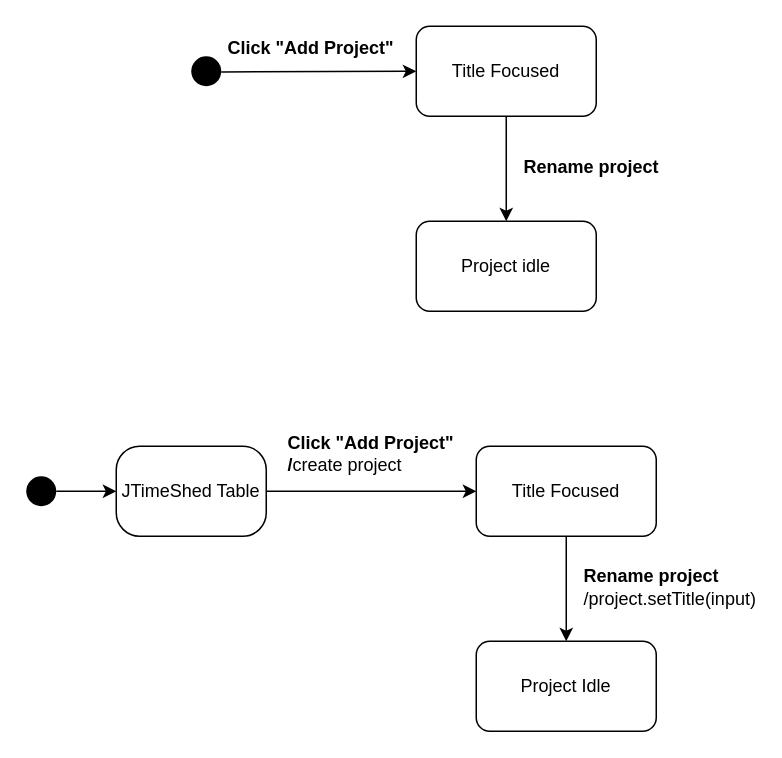
The draw.io diagram docs/04_assignment/schema/01_create_project/01_state_machine.drawio in Jumaruba/jtimesched, before the edit. Source tidied: cells renumbered, new cells numbered last; positions are measured from the earlier drawing's top-left corner, leaving out a move shared by most shapes. Both pictures are drawn from the tidied source at 150%, with x=0, y=0 at pixel (26, 26).
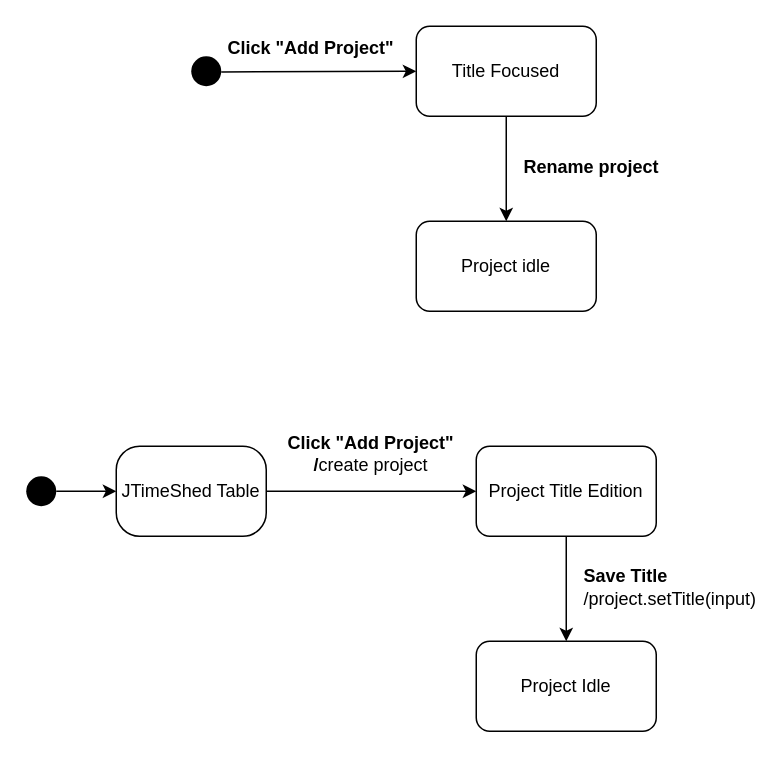
The same page after the edit.

Commit message (it also covers changes not shown here):
State machine for case 2

Diff of the diagram source:
```diff
@@
 <mxGraphModel>
   <root>
     <mxCell id="0" />
     <mxCell id="1" parent="0" />
     <mxCell id="2" value="Title Focused" style="rounded=1;whiteSpace=wrap;html=1;" parent="1" vertex="1">
       <mxGeometry x="260" width="120" height="60" as="geometry" />
     </mxCell>
     <mxCell id="3" style="edgeStyle=none;html=1;fontSize=12;" parent="1" edge="1" source="4" target="2">
       <mxGeometry relative="1" as="geometry" />
     </mxCell>
     <mxCell id="4" style="ellipse;fillColor=#000000;strokeColor=none;" parent="1" vertex="1">
       <mxGeometry x="110" y="20" width="20" height="20" as="geometry" />
     </mxCell>
     <mxCell id="5" value="&lt;div style=&quot;text-align: left&quot;&gt;&lt;b&gt;Click &quot;Add Project&quot;&lt;/b&gt;&lt;/div&gt;" style="text;html=1;strokeColor=none;fillColor=none;align=center;verticalAlign=middle;whiteSpace=wrap;rounded=0;fontSize=12;" parent="1" vertex="1">
       <mxGeometry x="130" width="120" height="30" as="geometry" />
     </mxCell>
     <mxCell id="6" value="Project idle" style="rounded=1;whiteSpace=wrap;html=1;fontSize=12;" parent="1" vertex="1">
       <mxGeometry x="260" y="130" width="120" height="60" as="geometry" />
     </mxCell>
     <mxCell id="7" style="edgeStyle=none;html=1;fontSize=12;" parent="1" edge="1" source="2" target="6">
       <mxGeometry relative="1" as="geometry" />
     </mxCell>
     <mxCell id="8" value="&lt;b&gt;Rename project&lt;/b&gt;" style="edgeLabel;html=1;align=left;verticalAlign=middle;fontSize=12;" parent="7" vertex="1">
       <mxGeometry x="-0.32" relative="1" as="geometry">
         <mxPoint x="10" y="9" as="offset" />
       </mxGeometry>
     </mxCell>
     <mxCell id="9" style="edgeStyle=none;html=1;exitX=1;exitY=0.5;exitDx=0;exitDy=0;" parent="1" edge="1" source="10" target="12">
       <mxGeometry relative="1" as="geometry" />
     </mxCell>
     <mxCell id="10" value="JTimeShed Table" style="rounded=1;whiteSpace=wrap;html=1;arcSize=26;" parent="1" vertex="1">
       <mxGeometry x="60" y="280" width="100" height="60" as="geometry" />
     </mxCell>
-    <mxCell id="11" value="&lt;div style=&quot;text-align: left&quot;&gt;&lt;b&gt;Click &quot;Add Project&quot;&lt;/b&gt;&lt;/div&gt;&lt;div style=&quot;text-align: left&quot;&gt;&lt;b&gt;/&lt;/b&gt;create project&lt;/div&gt;" style="text;html=1;strokeColor=none;fillColor=none;align=center;verticalAlign=middle;whiteSpace=wrap;rounded=0;fontSize=12;" parent="1" vertex="1">
+    <mxCell id="11" value="&lt;div style=&quot;&quot;&gt;&lt;b&gt;Click &quot;Add Project&quot;&lt;/b&gt;&lt;/div&gt;&lt;div style=&quot;&quot;&gt;&lt;b&gt;/&lt;/b&gt;create project&lt;/div&gt;" style="text;html=1;strokeColor=none;fillColor=none;align=center;verticalAlign=middle;whiteSpace=wrap;rounded=0;fontSize=12;" parent="1" vertex="1">
       <mxGeometry x="170" y="270" width="120" height="30" as="geometry" />
     </mxCell>
-    <mxCell id="12" value="Title Focused" style="rounded=1;whiteSpace=wrap;html=1;" parent="1" vertex="1">
+    <mxCell id="12" value="Project Title Edition" style="rounded=1;whiteSpace=wrap;html=1;" parent="1" vertex="1">
       <mxGeometry x="300" y="280" width="120" height="60" as="geometry" />
     </mxCell>
     <mxCell id="13" style="edgeStyle=none;html=1;fontSize=12;entryX=0;entryY=0.5;entryDx=0;entryDy=0;" parent="1" edge="1" source="14" target="10">
       <mxGeometry relative="1" as="geometry" />
     </mxCell>
     <mxCell id="14" style="ellipse;fillColor=#000000;strokeColor=none;" parent="1" vertex="1">
       <mxGeometry y="300" width="20" height="20" as="geometry" />
     </mxCell>
     <mxCell id="15" value="Project Idle" style="rounded=1;whiteSpace=wrap;html=1;fontSize=12;" parent="1" vertex="1">
       <mxGeometry x="300" y="410" width="120" height="60" as="geometry" />
     </mxCell>
     <mxCell id="16" style="edgeStyle=none;html=1;fontSize=12;" parent="1" edge="1" source="12">
       <mxGeometry relative="1" as="geometry">
         <mxPoint x="360" y="410" as="targetPoint" />
       </mxGeometry>
     </mxCell>
-    <mxCell id="17" value="&lt;b&gt;Rename project&lt;/b&gt;&lt;br&gt;/project.setTitle(input)" style="edgeLabel;html=1;align=left;verticalAlign=middle;fontSize=12;" parent="16" vertex="1">
+    <mxCell id="17" value="&lt;b&gt;Save Title&lt;/b&gt;&lt;br&gt;/project.setTitle(input)" style="edgeLabel;html=1;align=left;verticalAlign=middle;fontSize=12;" parent="16" vertex="1">
       <mxGeometry x="-0.32" relative="1" as="geometry">
         <mxPoint x="10" y="9" as="offset" />
       </mxGeometry>
     </mxCell>
   </root>
 </mxGraphModel>
```
